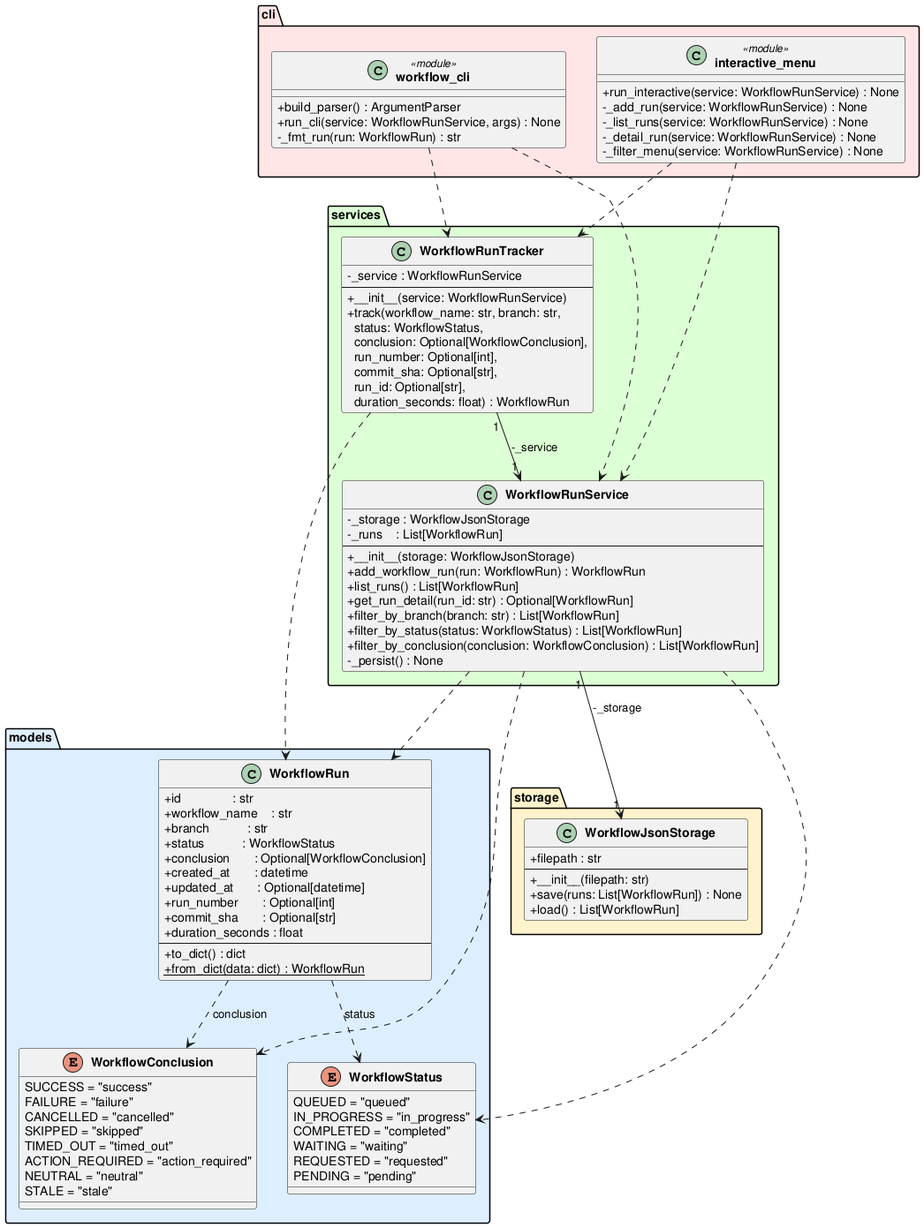
Above: experiments/pipeline/structured_text/github-workflow-manager/artifacts/class_diagram.png in DanielRiha8906/Software_autoevolution_using_agents (PlantUML), before the change.
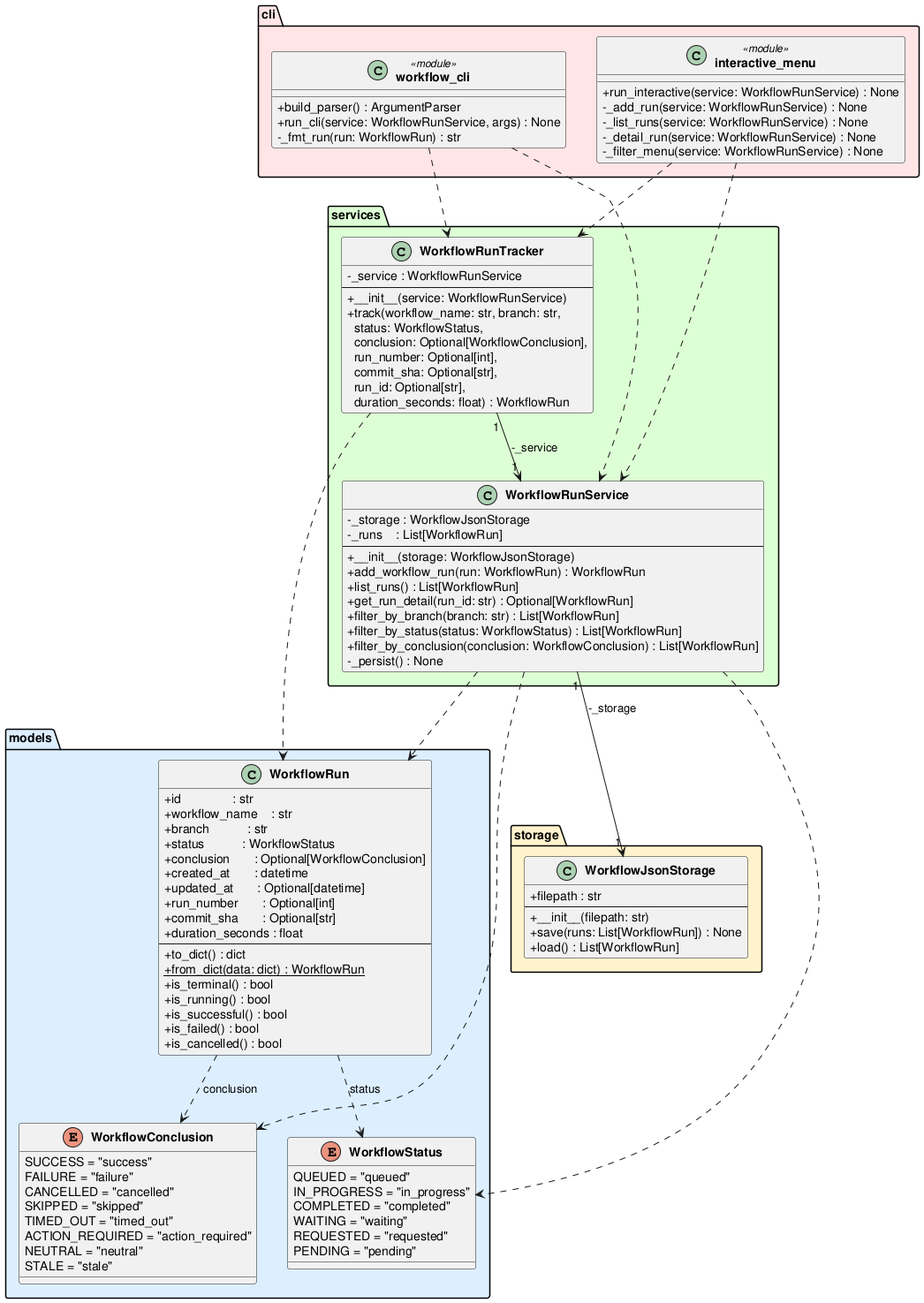
Above is the later version.

The edit, as a diff of the source:
```diff
@@ -38,6 +38,11 @@
         --
         +to_dict() : dict
         +{static} from_dict(data: dict) : WorkflowRun
+        +is_terminal() : bool
+        +is_running() : bool
+        +is_successful() : bool
+        +is_failed() : bool
+        +is_cancelled() : bool
     }
 }
 
```
